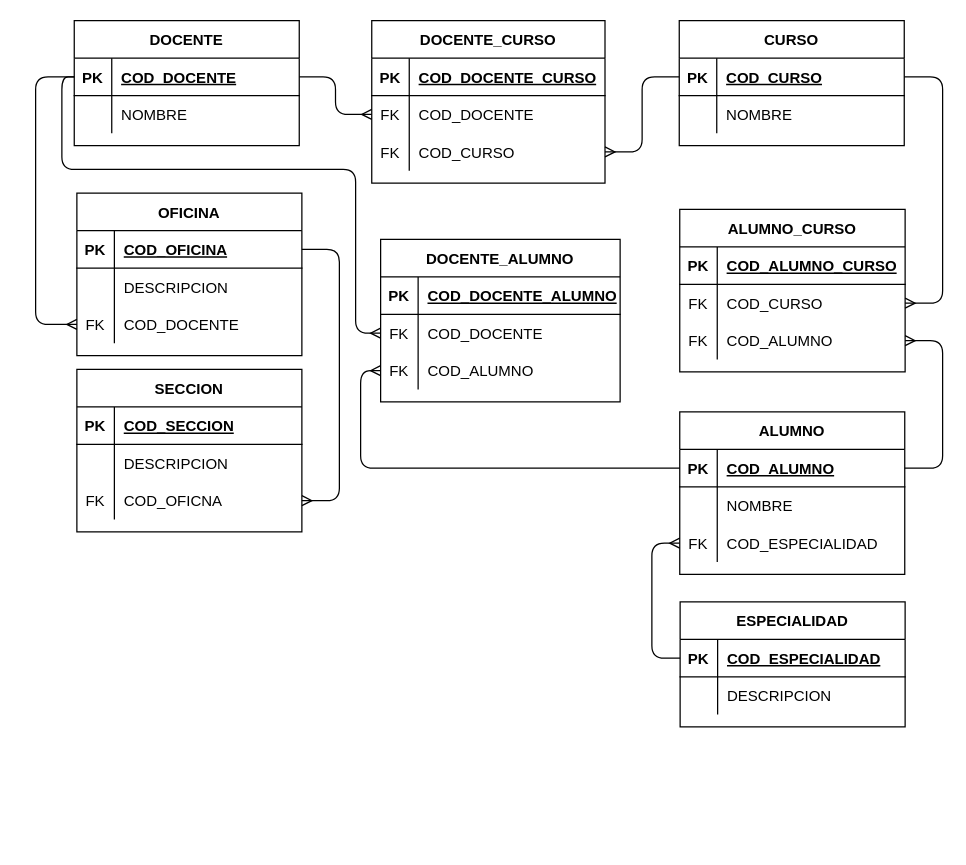
The draw.io diagram modelo/HEXAMEN.DRAWIO in deposada74/Documents, before the edit. Source tidied: cells renumbered, new cells numbered last; positions are measured from the earlier drawing's top-left corner, leaving out a move shared by most shapes. Both pictures are drawn from the tidied source at 125%, with x=0, y=0 at pixel (35, 20).
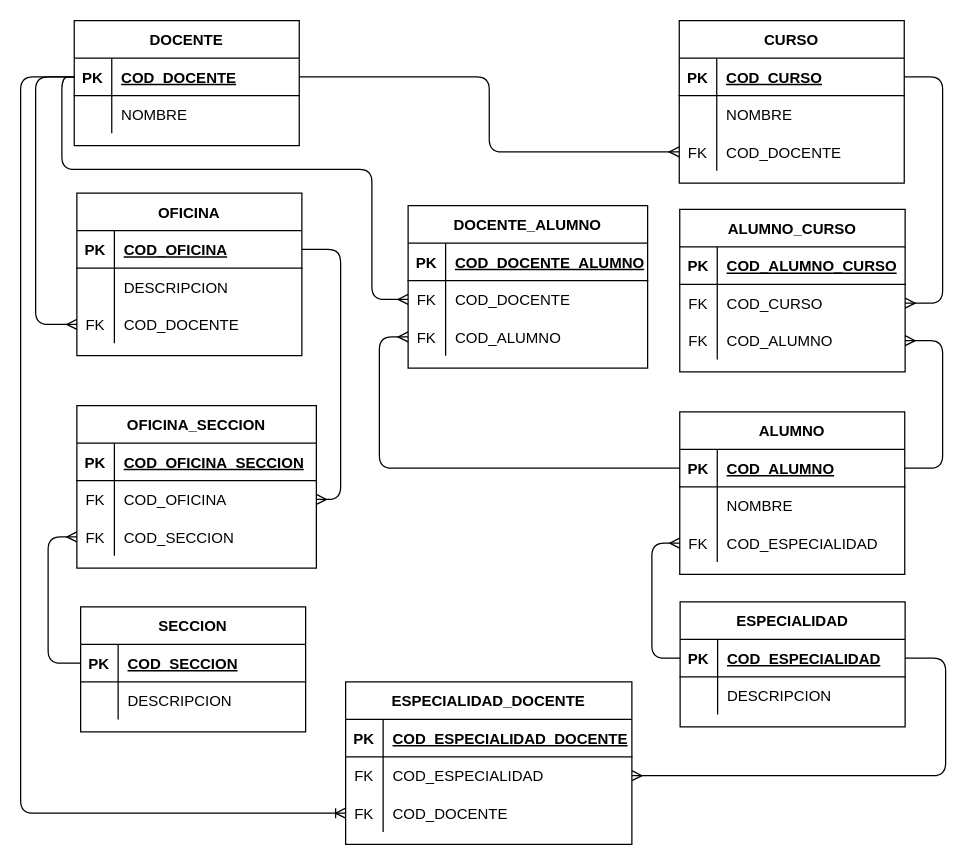
The same page after the edit.

Commit message:
reestruturando el examen

The change refers to these unchanged cells:
```xml
<mxCell id="3" style="shape=partialRectangle;fillColor=none;top=0;left=0;bottom=1;right=0;points=[[0,0.5],[1,0.5]];portConstraint=eastwest;" parent="2" vertex="1">
  <mxGeometry y="30" width="180" height="30" as="geometry" />
</mxCell>
<mxCell id="13" style="shape=partialRectangle;fillColor=none;top=0;left=0;bottom=1;right=0;points=[[0,0.5],[1,0.5]];portConstraint=eastwest;" parent="12" vertex="1">
  <mxGeometry y="30" width="180" height="30" as="geometry" />
</mxCell>
<mxCell id="20" style="shape=partialRectangle;fillColor=none;top=0;left=0;bottom=1;right=0;points=[[0,0.5],[1,0.5]];portConstraint=eastwest;" parent="19" vertex="1">
  <mxGeometry y="30" width="180" height="30" as="geometry" />
</mxCell>
<mxCell id="27" style="shape=partialRectangle;fillColor=none;top=0;left=0;bottom=1;right=0;points=[[0,0.5],[1,0.5]];portConstraint=eastwest;" parent="26" vertex="1">
  <mxGeometry y="30" width="180" height="30" as="geometry" />
</mxCell>
<mxCell id="37" style="shape=partialRectangle;fillColor=none;top=0;left=0;bottom=1;right=0;points=[[0,0.5],[1,0.5]];portConstraint=eastwest;" parent="36" vertex="1">
  <mxGeometry y="30" width="180" height="30" as="geometry" />
</mxCell>
<mxCell id="70" style="shape=partialRectangle;fillColor=none;top=0;left=0;bottom=0;right=0;points=[[0,0.5],[1,0.5]];portConstraint=eastwest;" parent="66" vertex="1">
  <mxGeometry y="60" width="191.6" height="30" as="geometry" />
</mxCell>
<mxCell id="73" style="shape=partialRectangle;fillColor=none;top=0;left=0;bottom=0;right=0;points=[[0,0.5],[1,0.5]];portConstraint=eastwest;" parent="66" vertex="1">
  <mxGeometry y="90" width="191.6" height="30" as="geometry" />
</mxCell>
<mxCell id="85" style="shape=partialRectangle;fillColor=none;top=0;left=0;bottom=1;right=0;points=[[0,0.5],[1,0.5]];portConstraint=eastwest;" parent="84" vertex="1">
  <mxGeometry y="30" width="180" height="30" as="geometry" />
</mxCell>
```

Diff of the diagram source:
```diff
@@
     <mxCell id="12" value="CURSO" style="shape=table;startSize=30;childLayout=tableLayout;rowLines=0;fontStyle=1;align=center;" parent="1" vertex="1">
-      <mxGeometry x="514.9" width="180" height="100" as="geometry" />
+      <mxGeometry x="514.9" width="180" height="130" as="geometry" />
     </mxCell>
@@
+    <mxCell id="43" style="shape=partialRectangle;fillColor=none;top=0;left=0;bottom=0;right=0;points=[[0,0.5],[1,0.5]];portConstraint=eastwest;" parent="12" vertex="1">
+      <mxGeometry y="90" width="180" height="30" as="geometry" />
+    </mxCell>
+    <mxCell id="92" value="FK" style="shape=partialRectangle;fillColor=none;top=0;left=0;bottom=0;right=0;overflow=hidden;" parent="43" vertex="1">
+      <mxGeometry width="30" height="30" as="geometry" />
+    </mxCell>
+    <mxCell id="93" value="COD_DOCENTE" style="shape=partialRectangle;fillColor=none;top=0;left=0;bottom=0;right=0;align=left;spacingLeft=6;overflow=hidden;" parent="43" vertex="1">
+      <mxGeometry x="30" width="150" height="30" as="geometry" />
+    </mxCell>
@@
     <mxCell id="36" value="SECCION" style="shape=table;startSize=30;childLayout=tableLayout;rowLines=0;fontStyle=1;align=center;" parent="1" vertex="1">
-      <mxGeometry x="33" y="279" width="180" height="130" as="geometry" />
+      <mxGeometry x="36" y="469" width="180" height="100" as="geometry" />
     </mxCell>
@@
-    <mxCell id="43" style="shape=partialRectangle;fillColor=none;top=0;left=0;bottom=0;right=0;points=[[0,0.5],[1,0.5]];portConstraint=eastwest;" parent="36" vertex="1">
-      <mxGeometry y="90" width="180" height="30" as="geometry" />
-    </mxCell>
-    <mxCell id="44" value="FK" style="shape=partialRectangle;fillColor=none;top=0;left=0;bottom=0;right=0;overflow=hidden;" parent="43" vertex="1">
-      <mxGeometry width="30" height="30" as="geometry" />
-    </mxCell>
-    <mxCell id="45" value="COD_OFICNA" style="shape=partialRectangle;fillColor=none;top=0;left=0;bottom=0;right=0;align=left;spacingLeft=6;overflow=hidden;" parent="43" vertex="1">
-      <mxGeometry x="30" width="150" height="30" as="geometry" />
-    </mxCell>
-    <mxCell id="46" value="DOCENTE_CURSO" style="shape=table;startSize=30;childLayout=tableLayout;rowLines=0;fontStyle=1;align=center;" parent="1" vertex="1">
-      <mxGeometry x="268.9" width="186.6" height="130" as="geometry" />
-    </mxCell>
-    <mxCell id="47" style="shape=partialRectangle;fillColor=none;top=0;left=0;bottom=1;right=0;" parent="46" vertex="1">
-      <mxGeometry y="30" width="186.6" height="30" as="geometry" />
-    </mxCell>
-    <mxCell id="48" value="PK" style="shape=partialRectangle;fillColor=none;top=0;left=0;bottom=0;right=0;fontStyle=1;overflow=hidden;" parent="47" vertex="1">
-      <mxGeometry width="30" height="30" as="geometry" />
-    </mxCell>
-    <mxCell id="49" value="COD_DOCENTE_CURSO" style="shape=partialRectangle;fillColor=none;top=0;left=0;bottom=0;right=0;align=left;spacingLeft=6;fontStyle=5;overflow=hidden;" parent="47" vertex="1">
-      <mxGeometry x="30" width="156.6" height="30" as="geometry" />
-    </mxCell>
-    <mxCell id="50" style="shape=partialRectangle;fillColor=none;top=0;left=0;bottom=0;right=0;points=[[0,0.5],[1,0.5]];portConstraint=eastwest;" parent="46" vertex="1">
-      <mxGeometry y="60" width="186.6" height="30" as="geometry" />
-    </mxCell>
-    <mxCell id="51" value="FK" style="shape=partialRectangle;fillColor=none;top=0;left=0;bottom=0;right=0;overflow=hidden;" parent="50" vertex="1">
-      <mxGeometry width="30" height="30" as="geometry" />
-    </mxCell>
-    <mxCell id="52" value="COD_DOCENTE" style="shape=partialRectangle;fillColor=none;top=0;left=0;bottom=0;right=0;align=left;spacingLeft=6;overflow=hidden;" parent="50" vertex="1">
-      <mxGeometry x="30" width="156.6" height="30" as="geometry" />
-    </mxCell>
-    <mxCell id="53" style="shape=partialRectangle;fillColor=none;top=0;left=0;bottom=0;right=0;points=[[0,0.5],[1,0.5]];portConstraint=eastwest;" parent="46" vertex="1">
-      <mxGeometry y="90" width="186.6" height="30" as="geometry" />
-    </mxCell>
-    <mxCell id="54" value="FK" style="shape=partialRectangle;fillColor=none;top=0;left=0;bottom=0;right=0;overflow=hidden;" parent="53" vertex="1">
-      <mxGeometry width="30" height="30" as="geometry" />
-    </mxCell>
-    <mxCell id="55" value="COD_CURSO" style="shape=partialRectangle;fillColor=none;top=0;left=0;bottom=0;right=0;align=left;spacingLeft=6;overflow=hidden;" parent="53" vertex="1">
-      <mxGeometry x="30" width="156.6" height="30" as="geometry" />
-    </mxCell>
@@
     <mxCell id="66" value="DOCENTE_ALUMNO" style="shape=table;startSize=30;childLayout=tableLayout;rowLines=0;fontStyle=1;align=center;" parent="1" vertex="1">
-      <mxGeometry x="276" y="175" width="191.6" height="130" as="geometry" />
+      <mxGeometry x="298" y="148" width="191.6" height="130" as="geometry" />
     </mxCell>
@@
-    <mxCell id="76" style="edgeStyle=orthogonalEdgeStyle;fontSize=12;html=1;endArrow=ERmany;exitX=1;exitY=0.5;exitDx=0;exitDy=0;entryX=0;entryY=0.5;entryDx=0;entryDy=0;" parent="1" edge="1" source="20" target="50">
+    <mxCell id="76" style="edgeStyle=orthogonalEdgeStyle;fontSize=12;html=1;endArrow=ERmany;exitX=1;exitY=0.5;exitDx=0;exitDy=0;entryX=0;entryY=0.5;entryDx=0;entryDy=0;" parent="1" edge="1" source="20" target="43">
       <mxGeometry relative="1" as="geometry" />
     </mxCell>
-    <mxCell id="77" style="edgeStyle=orthogonalEdgeStyle;fontSize=12;html=1;endArrow=ERmany;exitX=0;exitY=0.5;exitDx=0;exitDy=0;entryX=1;entryY=0.5;entryDx=0;entryDy=0;" parent="1" edge="1" source="13" target="53">
-      <mxGeometry relative="1" as="geometry" />
-    </mxCell>
     <mxCell id="78" style="edgeStyle=orthogonalEdgeStyle;fontSize=12;html=1;endArrow=ERmany;exitX=0;exitY=0.5;exitDx=0;exitDy=0;entryX=0;entryY=0.5;entryDx=0;entryDy=0;" parent="1" edge="1" source="20" target="70">
       <mxGeometry relative="1" as="geometry">
         <Array as="points">
           <mxPoint x="21" y="45" />
           <mxPoint x="21" y="119" />
-          <mxPoint x="256" y="119" />
-          <mxPoint x="256" y="250" />
+          <mxPoint x="269" y="119" />
+          <mxPoint x="269" y="223" />
         </Array>
       </mxGeometry>
     </mxCell>
     <mxCell id="79" style="edgeStyle=orthogonalEdgeStyle;fontSize=12;html=1;endArrow=ERmany;exitX=0;exitY=0.5;exitDx=0;exitDy=0;entryX=0;entryY=0.5;entryDx=0;entryDy=0;" parent="1" edge="1" source="3" target="73">
       <mxGeometry relative="1" as="geometry">
         <Array as="points">
-          <mxPoint x="260" y="358" />
-          <mxPoint x="260" y="280" />
+          <mxPoint x="275" y="358" />
+          <mxPoint x="275" y="253" />
         </Array>
       </mxGeometry>
     </mxCell>
@@
-    <mxCell id="82" style="edgeStyle=entityRelationEdgeStyle;fontSize=12;html=1;endArrow=ERmany;exitX=1;exitY=0.5;exitDx=0;exitDy=0;entryX=1;entryY=0.5;entryDx=0;entryDy=0;" parent="1" edge="1" source="27" target="43">
-      <mxGeometry relative="1" as="geometry" />
-    </mxCell>
@@
+    <mxCell id="94" value="OFICINA_SECCION" style="shape=table;startSize=30;childLayout=tableLayout;rowLines=0;fontStyle=1;align=center;" parent="1" vertex="1">
+      <mxGeometry x="33" y="308" width="191.6" height="130" as="geometry" />
+    </mxCell>
+    <mxCell id="95" style="shape=partialRectangle;fillColor=none;top=0;left=0;bottom=1;right=0;" parent="94" vertex="1">
+      <mxGeometry y="30" width="191.6" height="30" as="geometry" />
+    </mxCell>
+    <mxCell id="96" value="PK" style="shape=partialRectangle;fillColor=none;top=0;left=0;bottom=0;right=0;fontStyle=1;overflow=hidden;" parent="95" vertex="1">
+      <mxGeometry width="30" height="30" as="geometry" />
+    </mxCell>
+    <mxCell id="97" value="COD_OFICINA_SECCION" style="shape=partialRectangle;fillColor=none;top=0;left=0;bottom=0;right=0;align=left;spacingLeft=6;fontStyle=5;overflow=hidden;" parent="95" vertex="1">
+      <mxGeometry x="30" width="161.6" height="30" as="geometry" />
+    </mxCell>
+    <mxCell id="98" style="shape=partialRectangle;fillColor=none;top=0;left=0;bottom=0;right=0;points=[[0,0.5],[1,0.5]];portConstraint=eastwest;" parent="94" vertex="1">
+      <mxGeometry y="60" width="191.6" height="30" as="geometry" />
+    </mxCell>
+    <mxCell id="99" value="FK" style="shape=partialRectangle;fillColor=none;top=0;left=0;bottom=0;right=0;overflow=hidden;" parent="98" vertex="1">
+      <mxGeometry width="30" height="30" as="geometry" />
+    </mxCell>
+    <mxCell id="100" value="COD_OFICINA" style="shape=partialRectangle;fillColor=none;top=0;left=0;bottom=0;right=0;align=left;spacingLeft=6;overflow=hidden;" parent="98" vertex="1">
+      <mxGeometry x="30" width="161.6" height="30" as="geometry" />
+    </mxCell>
+    <mxCell id="101" style="shape=partialRectangle;fillColor=none;top=0;left=0;bottom=0;right=0;points=[[0,0.5],[1,0.5]];portConstraint=eastwest;" parent="94" vertex="1">
+      <mxGeometry y="90" width="191.6" height="30" as="geometry" />
+    </mxCell>
+    <mxCell id="102" value="FK" style="shape=partialRectangle;fillColor=none;top=0;left=0;bottom=0;right=0;overflow=hidden;" parent="101" vertex="1">
+      <mxGeometry width="30" height="30" as="geometry" />
+    </mxCell>
+    <mxCell id="103" value="COD_SECCION" style="shape=partialRectangle;fillColor=none;top=0;left=0;bottom=0;right=0;align=left;spacingLeft=6;overflow=hidden;" parent="101" vertex="1">
+      <mxGeometry x="30" width="161.6" height="30" as="geometry" />
+    </mxCell>
+    <mxCell id="104" style="edgeStyle=orthogonalEdgeStyle;fontSize=12;html=1;endArrow=ERmany;exitX=0;exitY=0.5;exitDx=0;exitDy=0;entryX=0;entryY=0.5;entryDx=0;entryDy=0;" parent="1" edge="1" source="37" target="101">
+      <mxGeometry relative="1" as="geometry">
+        <Array as="points">
+          <mxPoint x="10" y="514" />
+          <mxPoint x="10" y="413" />
+        </Array>
+      </mxGeometry>
+    </mxCell>
+    <mxCell id="105" style="edgeStyle=orthogonalEdgeStyle;fontSize=12;html=1;endArrow=ERmany;exitX=1;exitY=0.5;exitDx=0;exitDy=0;entryX=1;entryY=0.5;entryDx=0;entryDy=0;" parent="1" edge="1" source="27" target="98">
+      <mxGeometry relative="1" as="geometry">
+        <Array as="points">
+          <mxPoint x="244" y="183" />
+          <mxPoint x="244" y="383" />
+        </Array>
+      </mxGeometry>
+    </mxCell>
+    <mxCell id="106" value="ESPECIALIDAD_DOCENTE" style="shape=table;startSize=30;childLayout=tableLayout;rowLines=0;fontStyle=1;align=center;" parent="1" vertex="1">
+      <mxGeometry x="248" y="529" width="229" height="130" as="geometry" />
+    </mxCell>
+    <mxCell id="107" style="shape=partialRectangle;fillColor=none;top=0;left=0;bottom=1;right=0;" parent="106" vertex="1">
+      <mxGeometry y="30" width="229" height="30" as="geometry" />
+    </mxCell>
+    <mxCell id="108" value="PK" style="shape=partialRectangle;fillColor=none;top=0;left=0;bottom=0;right=0;fontStyle=1;overflow=hidden;" parent="107" vertex="1">
+      <mxGeometry width="30" height="30" as="geometry" />
+    </mxCell>
+    <mxCell id="109" value="COD_ESPECIALIDAD_DOCENTE" style="shape=partialRectangle;fillColor=none;top=0;left=0;bottom=0;right=0;align=left;spacingLeft=6;fontStyle=5;overflow=hidden;" parent="107" vertex="1">
+      <mxGeometry x="30" width="199" height="30" as="geometry" />
+    </mxCell>
+    <mxCell id="110" style="shape=partialRectangle;fillColor=none;top=0;left=0;bottom=0;right=0;points=[[0,0.5],[1,0.5]];portConstraint=eastwest;" parent="106" vertex="1">
+      <mxGeometry y="60" width="229" height="30" as="geometry" />
+    </mxCell>
+    <mxCell id="111" value="FK" style="shape=partialRectangle;fillColor=none;top=0;left=0;bottom=0;right=0;overflow=hidden;" parent="110" vertex="1">
+      <mxGeometry width="30" height="30" as="geometry" />
+    </mxCell>
+    <mxCell id="112" value="COD_ESPECIALIDAD" style="shape=partialRectangle;fillColor=none;top=0;left=0;bottom=0;right=0;align=left;spacingLeft=6;overflow=hidden;" parent="110" vertex="1">
+      <mxGeometry x="30" width="199" height="30" as="geometry" />
+    </mxCell>
+    <mxCell id="113" style="shape=partialRectangle;fillColor=none;top=0;left=0;bottom=0;right=0;points=[[0,0.5],[1,0.5]];portConstraint=eastwest;" parent="106" vertex="1">
+      <mxGeometry y="90" width="229" height="30" as="geometry" />
+    </mxCell>
+    <mxCell id="114" value="FK" style="shape=partialRectangle;fillColor=none;top=0;left=0;bottom=0;right=0;overflow=hidden;" parent="113" vertex="1">
+      <mxGeometry width="30" height="30" as="geometry" />
+    </mxCell>
+    <mxCell id="115" value="COD_DOCENTE" style="shape=partialRectangle;fillColor=none;top=0;left=0;bottom=0;right=0;align=left;spacingLeft=6;overflow=hidden;" parent="113" vertex="1">
+      <mxGeometry x="30" width="199" height="30" as="geometry" />
+    </mxCell>
+    <mxCell id="116" style="edgeStyle=orthogonalEdgeStyle;fontSize=12;html=1;endArrow=ERmany;exitX=1;exitY=0.5;exitDx=0;exitDy=0;entryX=1;entryY=0.5;entryDx=0;entryDy=0;" parent="1" edge="1" source="85" target="110">
+      <mxGeometry relative="1" as="geometry">
+        <Array as="points">
+          <mxPoint x="728" y="510" />
+          <mxPoint x="728" y="604" />
+        </Array>
+      </mxGeometry>
+    </mxCell>
+    <mxCell id="117" style="edgeStyle=orthogonalEdgeStyle;fontSize=12;html=1;endArrow=ERoneToMany;exitX=0;exitY=0.5;exitDx=0;exitDy=0;entryX=0;entryY=0.5;entryDx=0;entryDy=0;" parent="1" edge="1" source="20" target="113">
+      <mxGeometry relative="1" as="geometry">
+        <Array as="points">
+          <mxPoint x="-12" y="45" />
+          <mxPoint x="-12" y="634" />
+        </Array>
+      </mxGeometry>
+    </mxCell>
```
